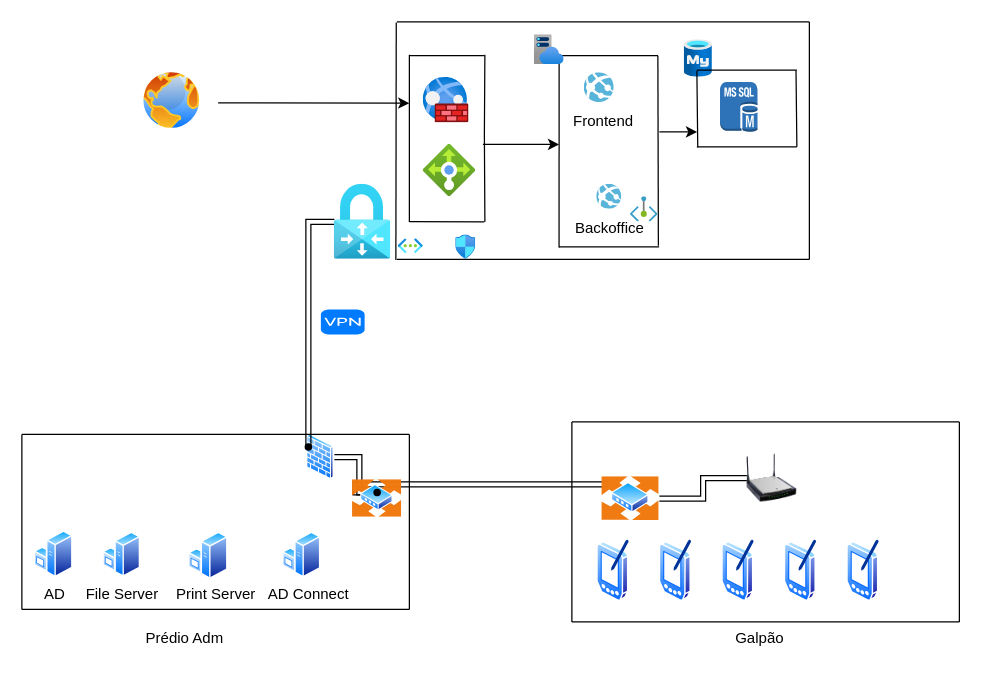
Before: 1.drawio in leocbessa/Projeto, a draw.io diagram. Source tidied: cells renumbered, new cells numbered last; positions are measured from the earlier drawing's top-left corner, leaving out a move shared by most shapes. Both pictures are drawn from the tidied source at 125%, with x=0, y=0 at pixel (21, 21).
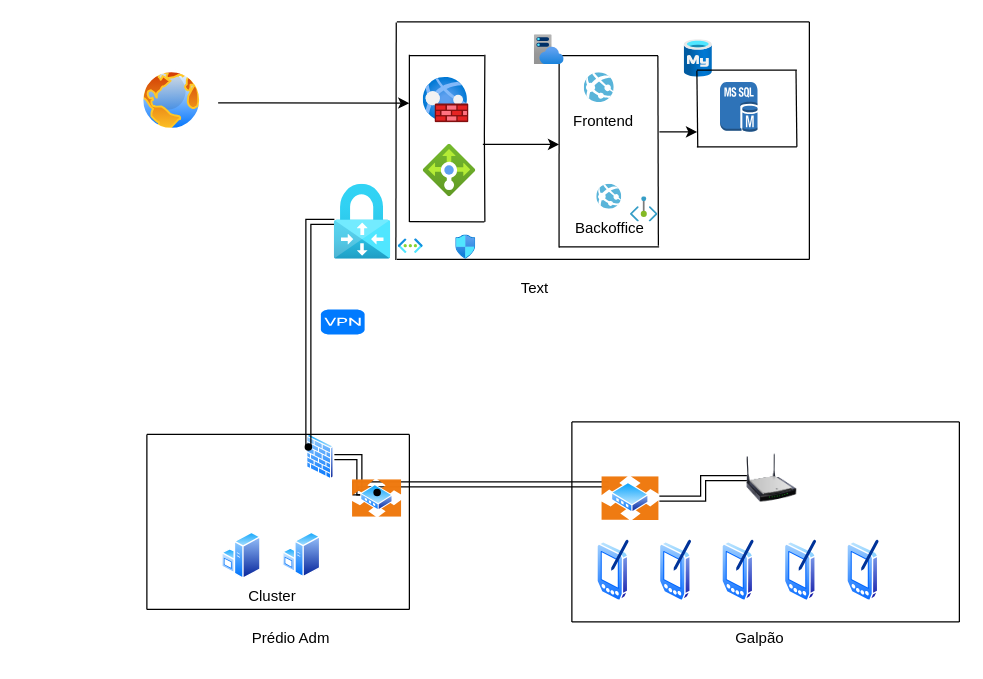
Above is the later version.

Change to the diagram source:
```diff
@@
     <mxCell id="5" style="image;perimeter=ellipsePerimeter;html=1;align=center;shadow=0;dashed=0;spacingTop=3;image=img/lib/active_directory/windows_server.svg;" parent="1" vertex="1">
-      <mxGeometry x="133.5" y="408" width="31.5" height="38.4" as="geometry" />
+      <mxGeometry x="160" y="408" width="31.5" height="38.4" as="geometry" />
     </mxCell>
@@
     <mxCell id="8" style="endArrow=none;html=1;rounded=0;" parent="1" edge="1">
       <mxGeometry relative="1" as="geometry">
-        <mxPoint y="470" as="sourcePoint" />
+        <mxPoint x="100" y="470" as="sourcePoint" />
         <mxPoint x="310" y="470" as="targetPoint" />
       </mxGeometry>
     </mxCell>
     <mxCell id="9" style="endArrow=none;html=1;rounded=0;" parent="1" edge="1">
       <mxGeometry relative="1" as="geometry">
-        <mxPoint y="470" as="sourcePoint" />
-        <mxPoint y="330" as="targetPoint" />
+        <mxPoint x="100" y="470" as="sourcePoint" />
+        <mxPoint x="100" y="330" as="targetPoint" />
       </mxGeometry>
     </mxCell>
@@
     <mxCell id="18" style="endArrow=none;html=1;rounded=0;" parent="1" edge="1">
       <mxGeometry relative="1" as="geometry">
-        <mxPoint y="330" as="sourcePoint" />
+        <mxPoint x="100" y="330" as="sourcePoint" />
         <mxPoint x="310" y="330" as="targetPoint" />
       </mxGeometry>
     </mxCell>
     <mxCell id="19" value="Prédio Adm" style="text;html=1;align=center;verticalAlign=middle;strokeColor=none;fillColor=none;" parent="1" vertex="1">
-      <mxGeometry x="85" y="478" width="90" height="30" as="geometry" />
+      <mxGeometry x="170" y="478" width="90" height="30" as="geometry" />
     </mxCell>
@@
-    <mxCell id="28" style="image;perimeter=ellipsePerimeter;html=1;align=center;shadow=0;dashed=0;spacingTop=3;image=img/lib/active_directory/windows_server.svg;" parent="1" vertex="1">
-      <mxGeometry x="65" y="408" width="30" height="36.6" as="geometry" />
-    </mxCell>
-    <mxCell id="29" style="image;perimeter=ellipsePerimeter;html=1;align=center;shadow=0;dashed=0;spacingTop=3;image=img/lib/active_directory/windows_server.svg;" parent="1" vertex="1">
-      <mxGeometry x="10" y="407.1" width="31" height="37.8" as="geometry" />
-    </mxCell>
@@
-    <mxCell id="60" value="AD" style="text;html=1;align=center;verticalAlign=middle;strokeColor=none;fillColor=none;" parent="1" vertex="1">
-      <mxGeometry x="5.5" y="443.4" width="40" height="30" as="geometry" />
-    </mxCell>
-    <mxCell id="61" value="File Server" style="text;html=1;align=center;verticalAlign=middle;strokeColor=none;fillColor=none;" parent="1" vertex="1">
-      <mxGeometry x="40" y="443.4" width="80" height="30" as="geometry" />
-    </mxCell>
-    <mxCell id="62" value="Print Server" style="text;html=1;align=center;verticalAlign=middle;strokeColor=none;fillColor=none;" parent="1" vertex="1">
-      <mxGeometry x="110" y="443.4" width="90" height="30" as="geometry" />
-    </mxCell>
-    <mxCell id="63" value="AD Connect" style="text;html=1;align=center;verticalAlign=middle;strokeColor=none;fillColor=none;" parent="1" vertex="1">
-      <mxGeometry x="184.2" y="443.4" width="90" height="30" as="geometry" />
-    </mxCell>
@@
+    <mxCell id="69" value="Text" style="text;html=1;align=center;verticalAlign=middle;strokeColor=none;fillColor=none;" parent="1" vertex="1">
+      <mxGeometry x="385" y="198" width="50" height="30" as="geometry" />
+    </mxCell>
+    <mxCell id="70" value="Cluster" style="text;html=1;align=center;verticalAlign=middle;strokeColor=none;fillColor=none;" parent="1" vertex="1">
+      <mxGeometry x="170" y="445.2" width="60" height="30" as="geometry" />
+    </mxCell>
```
